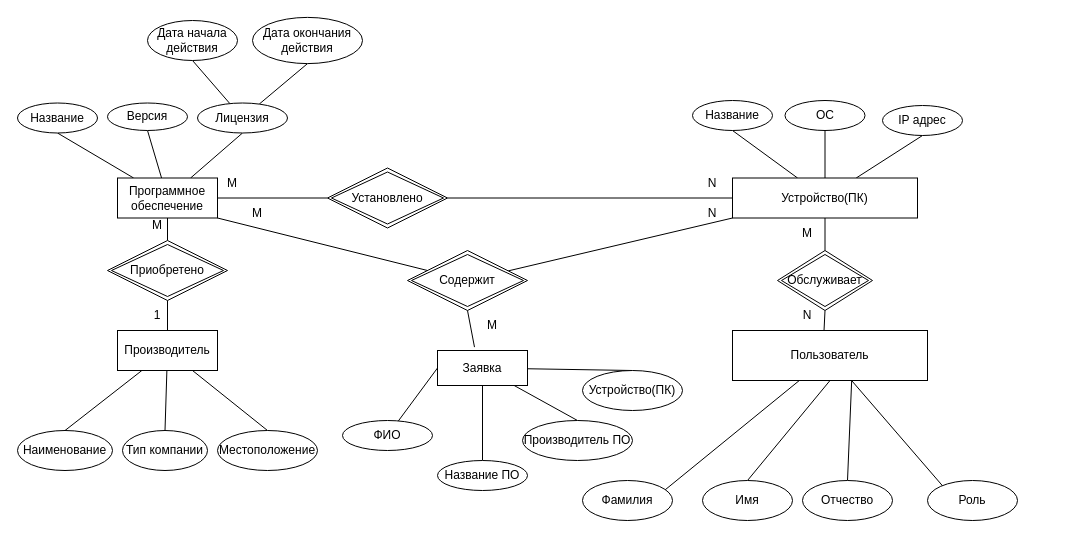
The draw.io diagram diagrams/ER диаграмма.drawio in thendontuser/Software-Accounting, before the edit. Source tidied: cells renumbered, new cells numbered last; positions are measured from the earlier drawing's top-left corner, leaving out a move shared by most shapes. Both pictures are drawn from the tidied source at 100%, with x=0, y=0 at pixel (17, 17).
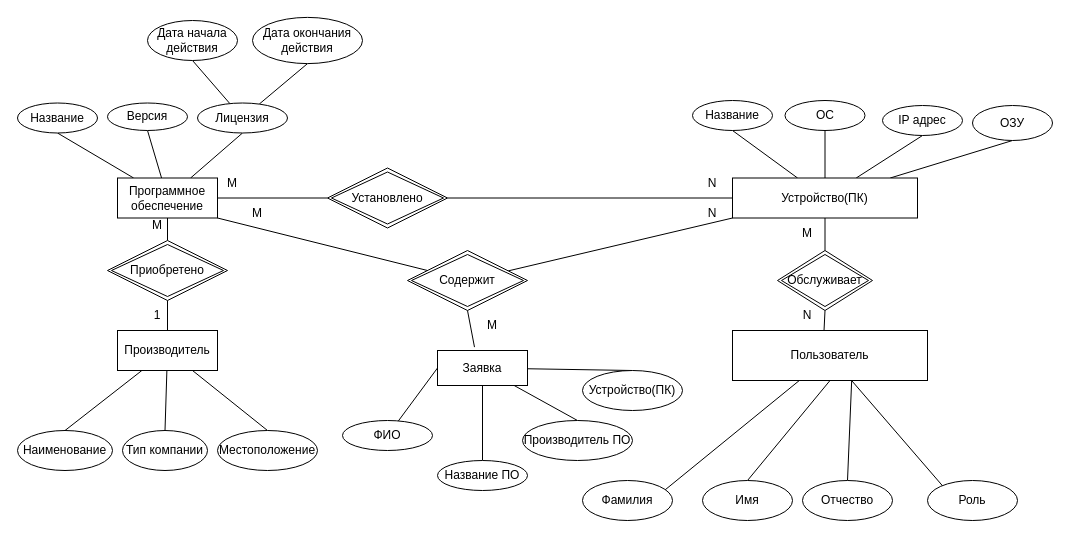
Above is the later version.

The change refers to these unchanged cells:
```xml
<mxCell id="16" value="Устройство(ПК)" style="whiteSpace=wrap;html=1;align=center;" parent="1" vertex="1">
  <mxGeometry x="715" y="160.5" width="185" height="40" as="geometry" />
</mxCell>
```

Change to the diagram source:
```diff
@@
+    <mxCell id="68" style="rounded=0;jettySize=auto;html=1;entryX=0.5;entryY=1;entryDx=0;entryDy=0;endArrow=none;endFill=0;" parent="1" edge="1" source="16" target="69">
+      <mxGeometry relative="1" as="geometry" />
+    </mxCell>
@@
+    <mxCell id="69" value="ОЗУ" style="ellipse;whiteSpace=wrap;html=1;" parent="1" vertex="1">
+      <mxGeometry x="955" y="88" width="80" height="35" as="geometry" />
+    </mxCell>
```
